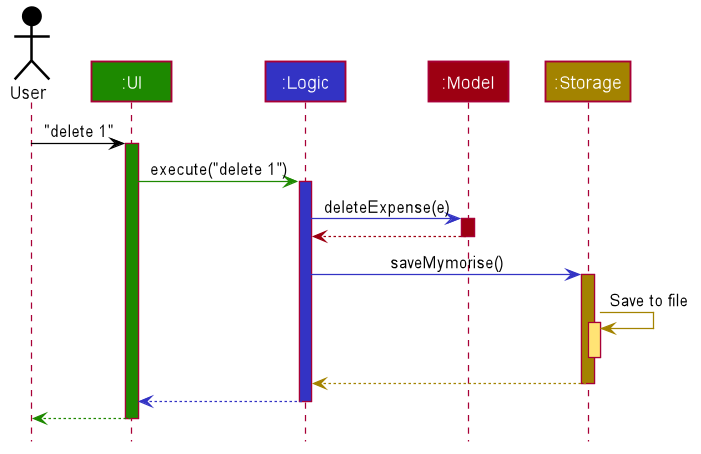
AY1920S1-CS2103-T14-4/main keeps this PlantUML diagram as images/ArchitectureSequenceDiagram.png. Above is the earlier version. The source it was exported from:
```plantuml
@startuml








skinparam BackgroundColor #FFFFFFF

skinparam Shadowing false

skinparam Class {
    FontColor #FFFFFF
    BorderThickness 1
    BorderColor #FFFFFF
    StereotypeFontColor #FFFFFF
    FontName Arial
}

skinparam Actor {
    BorderColor #000000
    Color #000000
    FontName Arial
}

skinparam Sequence {
    MessageAlign center
    BoxFontSize 15
    BoxPadding 0
    BoxFontColor #FFFFFF
    FontName Arial
}

skinparam Participant {
    FontColor #FFFFFFF
    Padding 20
}

skinparam MinClassWidth 50
skinparam ParticipantPadding 10
skinparam Shadowing false
skinparam DefaultTextAlignment center
skinparam packageStyle Rectangle

hide footbox
hide members
hide circle

Actor User as user #000000
Participant ":UI" as ui #1D8900
Participant ":Logic" as logic #3333C4
Participant ":Model" as model #9D0012
Participant ":Storage" as storage #A38300

user -[#000000]> ui : "delete 1"
activate ui #1D8900

ui -[#1D8900]> logic : execute("delete 1")
activate logic #3333C4

logic -[#3333C4]> model : deleteExpense(e)
activate model #9D0012

model -[#9D0012]-> logic
deactivate model

logic -[#3333C4]> storage : saveMymorise()
activate storage #A38300

storage -[#A38300]> storage : Save to file
activate storage #FFE374
deactivate storage

storage --[#A38300]> logic
deactivate storage

logic --[#3333C4]> ui
deactivate logic

ui--[#1D8900]> user
deactivate ui
@enduml
```
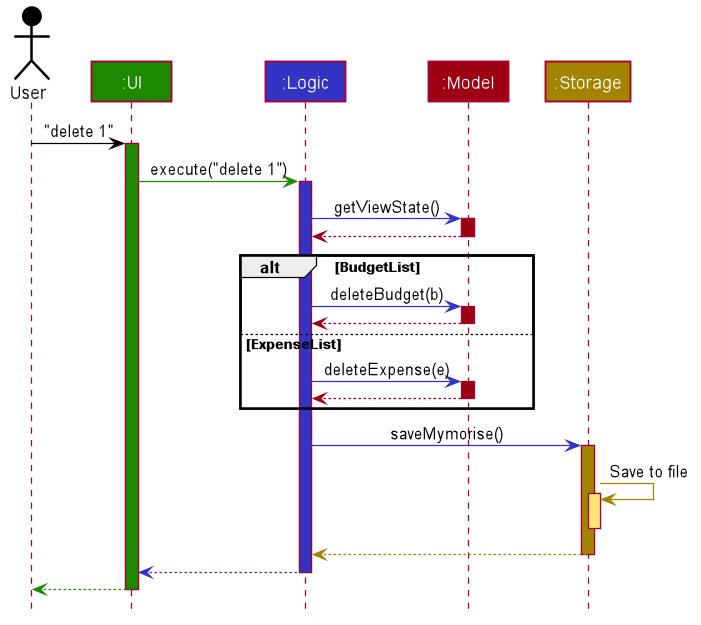
After the change.

The edit, as a diff of the source:
```diff
@@ -60,11 +60,24 @@
 ui -[#1D8900]> logic : execute("delete 1")
 activate logic #3333C4
 
+logic -[#3333C4]> model : getViewState()
+activate model #9D0012
+model -[#9D0012]-> logic
+deactivate model
+
+alt BudgetList
+logic -[#3333C4]> model : deleteBudget(b)
+activate model #9D0012
+model -[#9D0012]-> logic
+deactivate model
+
+else ExpenseList
 logic -[#3333C4]> model : deleteExpense(e)
 activate model #9D0012
-
 model -[#9D0012]-> logic
 deactivate model
+end
+
 
 logic -[#3333C4]> storage : saveMymorise()
 activate storage #A38300
```
